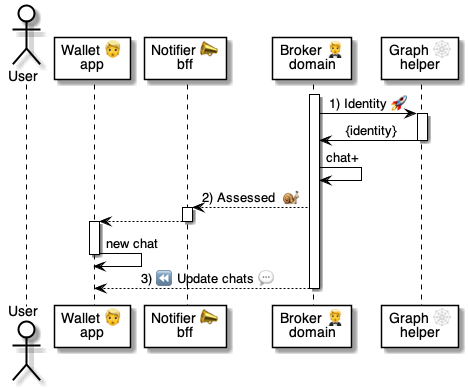
Earlier version of the PlantUML export 5 ⏩ Flows/10 🤵⏩ Brokers/.📎 Assets/Assessed.png (pollyweb-org/pollyweb-docs). Its source is kept beside it as 5 ⏩ Flows/10 🤵⏩ Brokers/.📎 Assets/Assessed.puml.
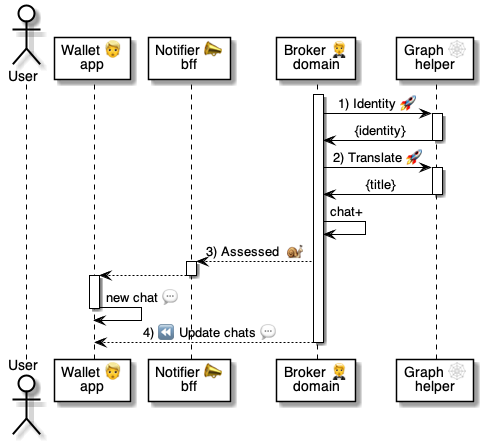
After the commit.

The edit, as a diff of the source:
```diff
@@ -15,18 +15,23 @@
   graph -> broker: {identity}
 deactivate graph
 
+broker -> graph: 2) Translate 🚀
+activate graph
+  graph -> broker: {title}
+deactivate graph
+
 broker -> broker: chat+
 
-broker --> notifier: 2) Assessed  🐌
+broker --> notifier: 3) Assessed  🐌
 activate notifier
   notifier --> wallet
 deactivate notifier
 activate wallet
-  wallet -> wallet: new chat
+  wallet -> wallet: new chat 💬
 deactivate wallet
 
 
-broker --> wallet: 3) ⏪ Update chats 💬
+broker --> wallet: 4) ⏪ Update chats 💬
 deactivate broker
 
 @enduml
```
